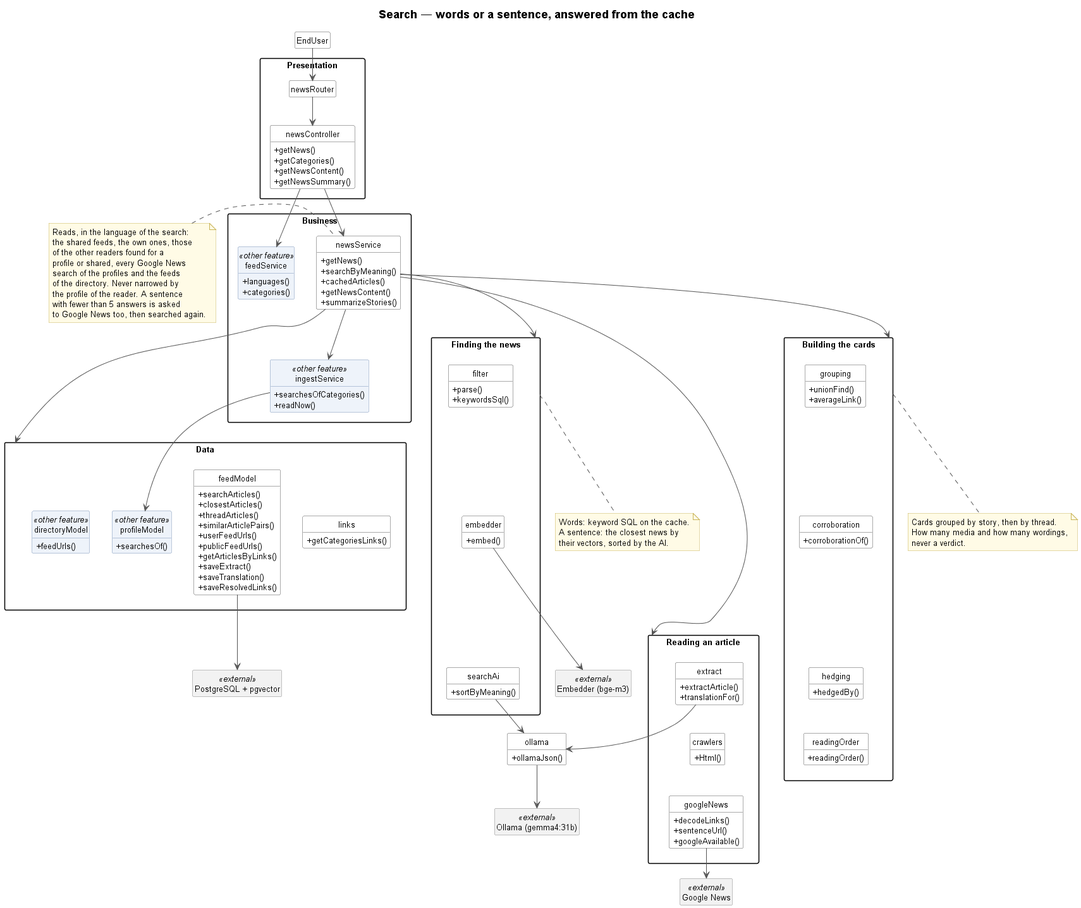
Earlier version of the PlantUML export docs/UML/sprint4/03-search.png (TPI2026-NewsGenerator/NewsGenerator-Backend).
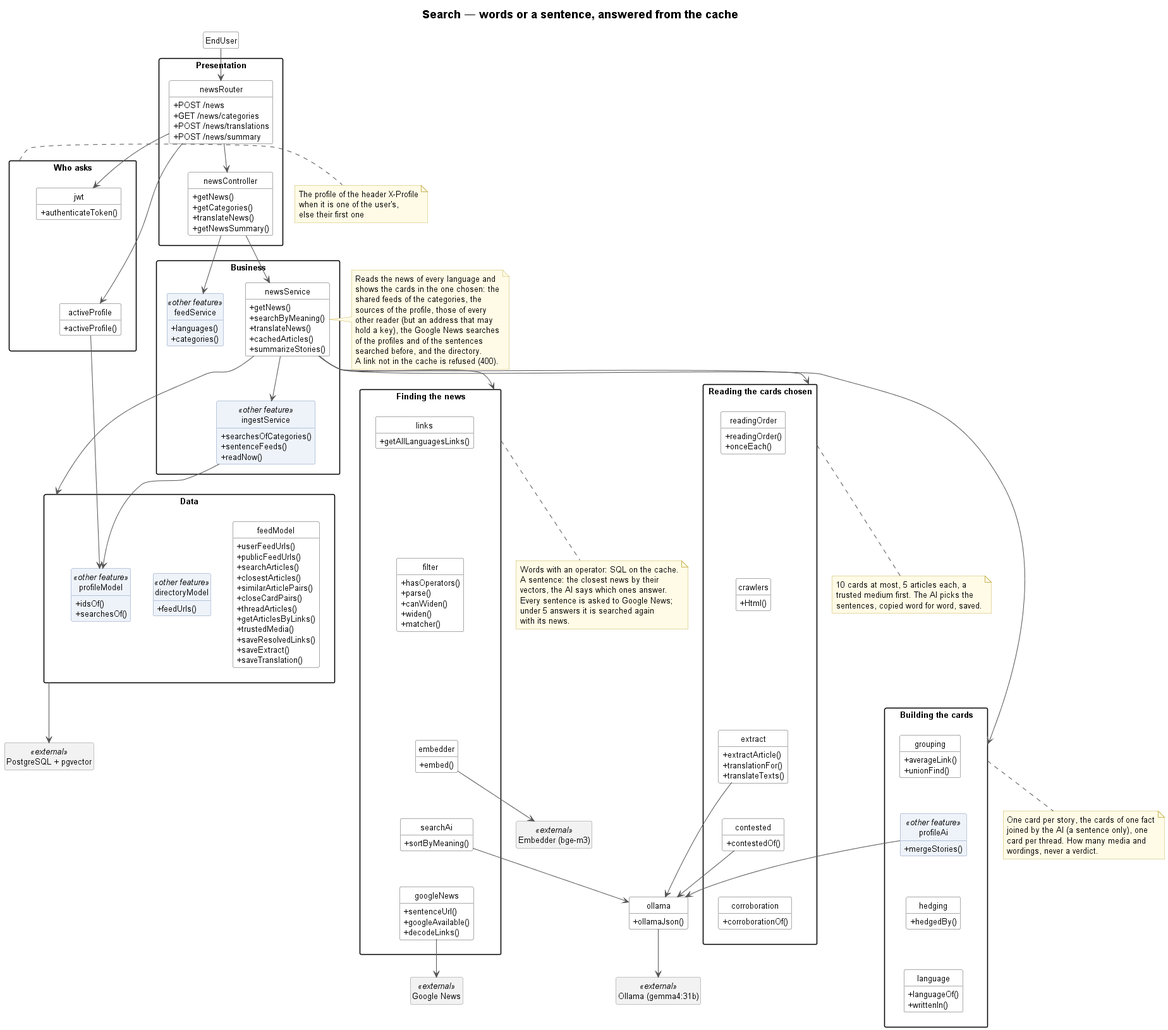
After the commit.

What changed in the source:
```diff
@@ -4,20 +4,38 @@
 
 class EndUser
 package "Presentation" {
-    class newsRouter
+    class newsRouter {
+        + POST /news
+        + GET /news/categories
+        + POST /news/translations
+        + POST /news/summary
+    }
     class newsController {
         + getNews()
         + getCategories()
-        + getNewsContent()
+        + translateNews()
         + getNewsSummary()
     }
 }
+package "Who asks" as Who {
+    class jwt {
+        + authenticateToken()
+    }
+    class activeProfile {
+        + activeProfile()
+    }
+}
+note right of Who
+    The profile of the header X-Profile
+    when it is one of the user's,
+    else their first one
+end note
 package "Business" {
     class newsService {
         + getNews()
         + searchByMeaning()
+        + translateNews()
         + cachedArticles()
-        + getNewsContent()
         + summarizeStories()
     }
     class feedService <<other feature>> {
@@ -26,47 +44,54 @@
     }
     class ingestService <<other feature>> {
         + searchesOfCategories()
+        + sentenceFeeds()
         + readNow()
     }
 }
 note left of newsService
-    Reads, in the language of the search:
-    the shared feeds, the own ones, those
-    of the other readers found for a
-    profile or shared, every Google News
-    search of the profiles and the feeds
-    of the directory. Never narrowed by
-    the profile of the reader. A sentence
-    with fewer than 5 answers is asked
-    to Google News too, then searched again.
+    Reads the news of every language and
+    shows the cards in the one chosen: the
+    shared feeds of the categories, the
+    sources of the profile, those of every
+    other reader (but an address that may
+    hold a key), the Google News searches
+    of the profiles and of the sentences
+    searched before, and the directory.
+    A link not in the cache is refused (400).
 end note
 package "Data" as Data {
-    class links {
-        + getCategoriesLinks()
-    }
     class feedModel {
+        + userFeedUrls()
+        + publicFeedUrls()
         + searchArticles()
         + closestArticles()
+        + similarArticlePairs()
+        + closeCardPairs()
         + threadArticles()
-        + similarArticlePairs()
-        + userFeedUrls()
-        + publicFeedUrls()
         + getArticlesByLinks()
+        + trustedMedia()
+        + saveResolvedLinks()
         + saveExtract()
         + saveTranslation()
-        + saveResolvedLinks()
-    }
-    class profileModel <<other feature>> {
-        + searchesOf()
     }
     class directoryModel <<other feature>> {
         + feedUrls()
     }
+    class profileModel <<other feature>> {
+        + idsOf()
+        + searchesOf()
+    }
 }
 package "Finding the news" as Finding {
+    class links {
+        + getAllLanguagesLinks()
+    }
     class filter {
+        + hasOperators()
         + parse()
-        + keywordsSql()
+        + canWiden()
+        + widen()
+        + matcher()
     }
     class embedder {
         + embed()
@@ -74,46 +99,67 @@
     class searchAi {
         + sortByMeaning()
     }
+    class googleNews {
+        + sentenceUrl()
+        + googleAvailable()
+        + decodeLinks()
+    }
 }
 note bottom of Finding
-    Words: keyword SQL on the cache.
-    A sentence: the closest news by
-    their vectors, sorted by the AI.
+    Words with an operator: SQL on the cache.
+    A sentence: the closest news by their
+    vectors, the AI says which ones answer.
+    Every sentence is asked to Google News;
+    under 5 answers it is searched again
+    with its news.
 end note
 package "Building the cards" as Cards {
     class grouping {
+        + averageLink()
         + unionFind()
-        + averageLink()
+    }
+    class profileAi <<other feature>> {
+        + mergeStories()
+    }
+    class hedging {
+        + hedgedBy()
+    }
+    class language {
+        + languageOf()
+        + writtenIn()
+    }
+}
+note bottom of Cards
+    One card per story, the cards of one fact
+    joined by the AI (a sentence only), one
+    card per thread. How many media and
+    wordings, never a verdict.
+end note
+package "Reading the cards chosen" as Reading {
+    class readingOrder {
+        + readingOrder()
+        + onceEach()
+    }
+    class crawlers {
+        + Html()
+    }
+    class extract {
+        + extractArticle()
+        + translationFor()
+        + translateTexts()
+    }
+    class contested {
+        + contestedOf()
     }
     class corroboration {
         + corroborationOf()
     }
-    class hedging {
-        + hedgedBy()
-    }
-    class readingOrder {
-        + readingOrder()
-    }
 }
-note bottom of Cards
-    Cards grouped by story, then by thread.
-    How many media and how many wordings,
-    never a verdict.
+note bottom of Reading
+    10 cards at most, 5 articles each, a
+    trusted medium first. The AI picks the
+    sentences, copied word for word, saved.
 end note
-package "Reading an article" as Reading {
-    class extract {
-        + extractArticle()
-        + translationFor()
-    }
-    class crawlers {
-        + Html()
-    }
-    class googleNews {
-        + decodeLinks()
-        + sentenceUrl()
-        + googleAvailable()
-    }
-}
 class ollama {
     + ollamaJson()
 }
@@ -122,15 +168,23 @@
 class "Google News" as GoogleNewsApi <<external>>
 class "PostgreSQL + pgvector" as PostgreSQL <<external>>
 
+jwt -[hidden]down- activeProfile
+links -[hidden]down- filter
 filter -[hidden]down- embedder
 embedder -[hidden]down- searchAi
-grouping -[hidden]down- corroboration
-corroboration -[hidden]down- hedging
-hedging -[hidden]down- readingOrder
-extract -[hidden]down- crawlers
-crawlers -[hidden]down- googleNews
+searchAi -[hidden]down- googleNews
+grouping -[hidden]down- profileAi
+profileAi -[hidden]down- hedging
+hedging -[hidden]down- language
+readingOrder -[hidden]down- crawlers
+crawlers -[hidden]down- extract
+extract -[hidden]down- contested
+contested -[hidden]down- corroboration
 
 EndUser --> newsRouter
+newsRouter --> jwt
+newsRouter --> activeProfile
+activeProfile --> profileModel
 newsRouter --> newsController
 newsController --> newsService
 newsController --> feedService
@@ -141,9 +195,11 @@
 newsService --> Reading
 ingestService --> profileModel
 searchAi --> ollama
+profileAi --> ollama
 extract --> ollama
+contested --> ollama
 ollama --> Ollama
 embedder --> Embedder
 googleNews --> GoogleNewsApi
-feedModel --> PostgreSQL
+Data --> PostgreSQL
 @enduml
```
